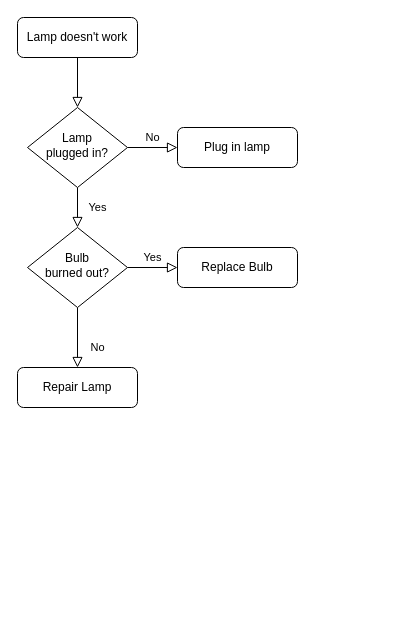
Earlier version of the draw.io diagram Untitled Diagram.drawio (SecretAardvark/Python). Source tidied: cells renumbered, new cells numbered last; positions are measured from the earlier drawing's top-left corner, leaving out a move shared by most shapes. Both pictures are drawn from the tidied source at 100%, with x=0, y=0 at pixel (17, 17).
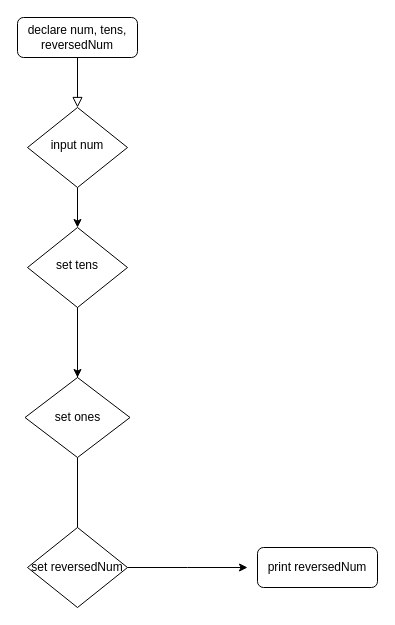
The same diagram, later.

What changed in the source:
```diff
@@
 <mxGraphModel>
   <root>
     <mxCell id="0" />
     <mxCell id="1" parent="0" />
     <mxCell id="2" style="rounded=0;html=1;jettySize=auto;fontSize=11;endArrow=block;endFill=0;endSize=8;strokeWidth=1;shadow=0;labelBackgroundColor=none;edgeStyle=orthogonalEdgeStyle;" parent="1" edge="1" source="3" target="6">
       <mxGeometry relative="1" as="geometry" />
     </mxCell>
-    <mxCell id="3" value="Lamp doesn't work" style="rounded=1;whiteSpace=wrap;html=1;fontSize=12;glass=0;strokeWidth=1;shadow=0;" parent="1" vertex="1">
+    <mxCell id="3" value="declare num, tens, reversedNum" style="rounded=1;whiteSpace=wrap;html=1;fontSize=12;glass=0;strokeWidth=1;shadow=0;" parent="1" vertex="1">
       <mxGeometry width="120" height="40" as="geometry" />
     </mxCell>
-    <mxCell id="4" value="Yes" style="rounded=0;html=1;jettySize=auto;fontSize=11;endArrow=block;endFill=0;endSize=8;strokeWidth=1;shadow=0;labelBackgroundColor=none;edgeStyle=orthogonalEdgeStyle;" parent="1" edge="1" source="6" target="10">
-      <mxGeometry y="20" relative="1" as="geometry" />
+    <mxCell id="4" style="edgeStyle=orthogonalEdgeStyle;rounded=0;jettySize=auto;html=1;" parent="1" edge="1" source="6" target="10">
+      <mxGeometry relative="1" as="geometry" />
     </mxCell>
-    <mxCell id="5" value="No" style="edgeStyle=orthogonalEdgeStyle;rounded=0;html=1;jettySize=auto;fontSize=11;endArrow=block;endFill=0;endSize=8;strokeWidth=1;shadow=0;labelBackgroundColor=none;" parent="1" edge="1" source="6" target="7">
-      <mxGeometry y="10" relative="1" as="geometry" />
-    </mxCell>
-    <mxCell id="6" value="Lamp&lt;br&gt;plugged in?" style="rhombus;whiteSpace=wrap;html=1;shadow=0;fontFamily=Helvetica;fontSize=12;align=center;strokeWidth=1;spacing=6;spacingTop=-4;" parent="1" vertex="1">
+    <mxCell id="6" value="input num" style="rhombus;whiteSpace=wrap;html=1;shadow=0;fontFamily=Helvetica;fontSize=12;align=center;strokeWidth=1;spacing=6;spacingTop=-4;" parent="1" vertex="1">
       <mxGeometry x="10" y="90" width="100" height="80" as="geometry" />
     </mxCell>
-    <mxCell id="7" value="Plug in lamp" style="rounded=1;whiteSpace=wrap;html=1;fontSize=12;glass=0;strokeWidth=1;shadow=0;" parent="1" vertex="1">
-      <mxGeometry x="160" y="110" width="120" height="40" as="geometry" />
-    </mxCell>
-    <mxCell id="8" value="No" style="rounded=0;html=1;jettySize=auto;fontSize=11;endArrow=block;endFill=0;endSize=8;strokeWidth=1;shadow=0;labelBackgroundColor=none;edgeStyle=orthogonalEdgeStyle;" parent="1" edge="1" source="10" target="11">
-      <mxGeometry x="0.33" y="20" relative="1" as="geometry" />
-    </mxCell>
-    <mxCell id="9" value="Yes" style="edgeStyle=orthogonalEdgeStyle;rounded=0;html=1;jettySize=auto;fontSize=11;endArrow=block;endFill=0;endSize=8;strokeWidth=1;shadow=0;labelBackgroundColor=none;" parent="1" edge="1" source="10" target="12">
-      <mxGeometry y="10" relative="1" as="geometry" />
-    </mxCell>
+    <mxCell id="13" style="edgeStyle=orthogonalEdgeStyle;rounded=0;jettySize=auto;html=1;" parent="1" edge="1" source="10" target="14">
+      <mxGeometry relative="1" as="geometry" />
+    </mxCell>
-    <mxCell id="10" value="Bulb&lt;br&gt;burned out?" style="rhombus;whiteSpace=wrap;html=1;shadow=0;fontFamily=Helvetica;fontSize=12;align=center;strokeWidth=1;spacing=6;spacingTop=-4;" parent="1" vertex="1">
+    <mxCell id="10" value="set tens" style="rhombus;whiteSpace=wrap;html=1;shadow=0;fontFamily=Helvetica;fontSize=12;align=center;strokeWidth=1;spacing=6;spacingTop=-4;" parent="1" vertex="1">
       <mxGeometry x="10" y="210" width="100" height="80" as="geometry" />
     </mxCell>
-    <mxCell id="11" value="Repair Lamp" style="rounded=1;whiteSpace=wrap;html=1;fontSize=12;glass=0;strokeWidth=1;shadow=0;" parent="1" vertex="1">
-      <mxGeometry y="350" width="120" height="40" as="geometry" />
+    <mxCell id="11" value="print reversedNum" style="rounded=1;whiteSpace=wrap;html=1;fontSize=12;glass=0;strokeWidth=1;shadow=0;" parent="1" vertex="1">
+      <mxGeometry x="240" y="530" width="120" height="40" as="geometry" />
     </mxCell>
-    <mxCell id="12" value="Replace Bulb" style="rounded=1;whiteSpace=wrap;html=1;fontSize=12;glass=0;strokeWidth=1;shadow=0;" parent="1" vertex="1">
-      <mxGeometry x="160" y="230" width="120" height="40" as="geometry" />
-    </mxCell>
+    <mxCell id="14" value="set ones" style="rhombus;whiteSpace=wrap;html=1;" parent="1" vertex="1">
+      <mxGeometry x="7.5" y="360" width="105" height="80" as="geometry" />
+    </mxCell>
+    <mxCell id="15" style="rounded=0;html=1;jettySize=auto;fontSize=11;endArrow=none;endFill=0;endSize=8;strokeWidth=1;shadow=0;labelBackgroundColor=none;edgeStyle=orthogonalEdgeStyle;" parent="1" edge="1" source="10" target="14">
+      <mxGeometry x="0.33" y="20" relative="1" as="geometry">
+        <Array as="points">
+          <mxPoint x="60" y="320" />
+          <mxPoint x="60" y="320" />
+        </Array>
+      </mxGeometry>
+    </mxCell>
+    <mxCell id="16" style="edgeStyle=orthogonalEdgeStyle;rounded=0;jettySize=auto;html=1;" parent="1" edge="1" source="17">
+      <mxGeometry relative="1" as="geometry">
+        <mxPoint x="230" y="550" as="targetPoint" />
+      </mxGeometry>
+    </mxCell>
+    <mxCell id="17" value="set reversedNum" style="rhombus;whiteSpace=wrap;html=1;" parent="1" vertex="1">
+      <mxGeometry x="10" y="510" width="100" height="80" as="geometry" />
+    </mxCell>
+    <mxCell id="18" style="rounded=0;html=1;jettySize=auto;fontSize=11;endArrow=none;endFill=0;endSize=8;strokeWidth=1;shadow=0;labelBackgroundColor=none;edgeStyle=orthogonalEdgeStyle;startArrow=none;" parent="1" edge="1" source="14" target="17">
+      <mxGeometry x="0.33" y="20" relative="1" as="geometry" />
+    </mxCell>
   </root>
 </mxGraphModel>
```
